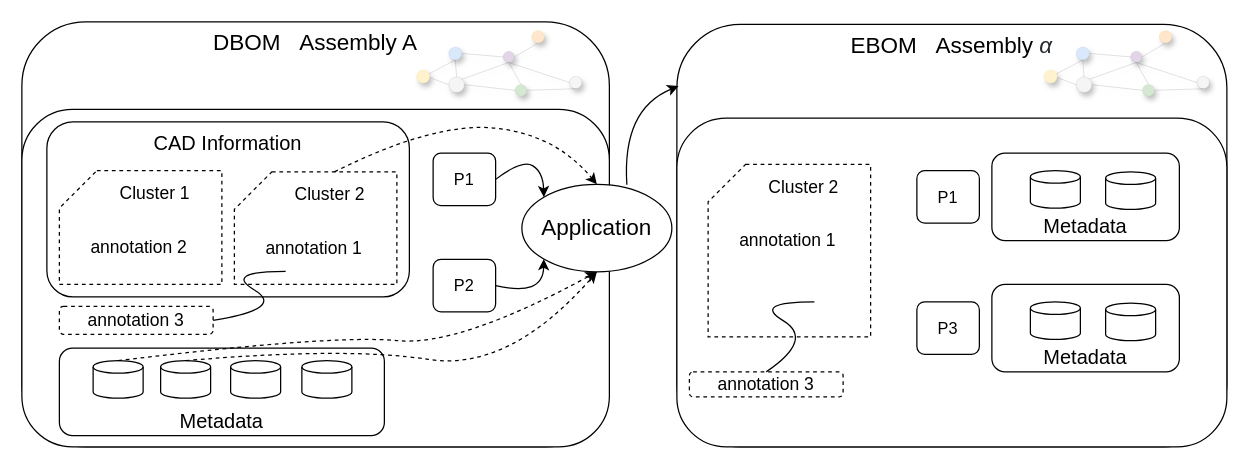
This is BOM/DR-Recompose.drawio from littlelittlemoon/DiagramsRepository, a draw.io file, before an edit. Source tidied: cells renumbered, new cells numbered last; positions are measured from the earlier drawing's top-left corner, leaving out a move shared by most shapes. Both pictures are drawn from the tidied source at 125%, with x=0, y=0 at pixel (21, 21).
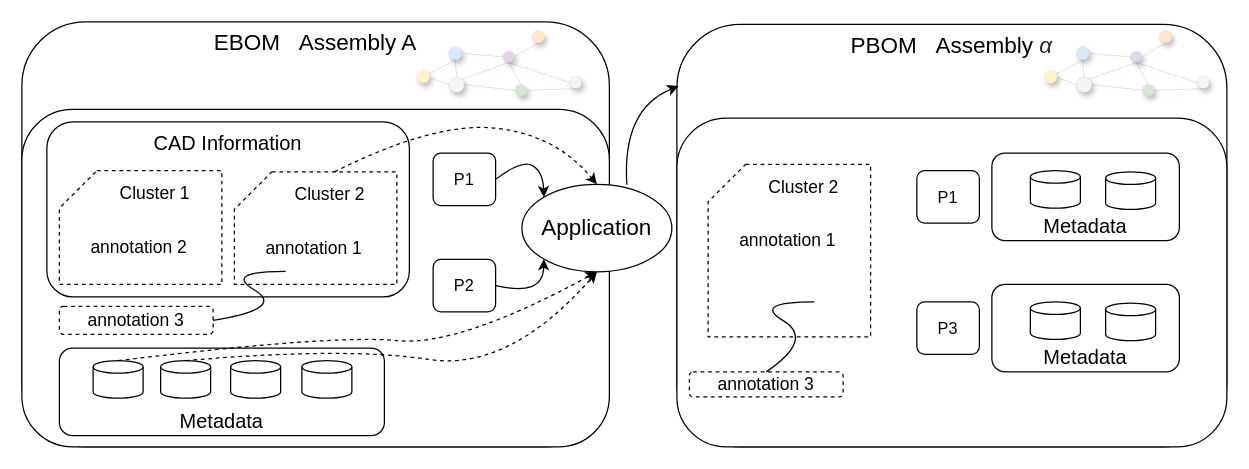
The same page after the edit.

What changed in the source:
```diff
@@
-    <mxCell id="2" value="DBOM&amp;nbsp; &amp;nbsp;Assembly A" style="rounded=1;whiteSpace=wrap;html=1;fontSize=18;verticalAlign=top;" parent="1" vertex="1">
+    <mxCell id="2" value="EBOM&amp;nbsp; &amp;nbsp;Assembly A" style="rounded=1;whiteSpace=wrap;html=1;fontSize=18;verticalAlign=top;" parent="1" vertex="1">
       <mxGeometry width="470" height="340" as="geometry" />
     </mxCell>
@@
-    <mxCell id="14" value="&lt;font style=&quot;font-size: 18px&quot;&gt;EBOM&amp;nbsp; &amp;nbsp;Assembly&amp;nbsp;&lt;span style=&quot;color: rgb(36 , 41 , 46) ; font-family: &amp;#34;katex_math&amp;#34; ; font-style: italic ; text-align: left&quot;&gt;α&lt;/span&gt;&lt;/font&gt;" style="rounded=1;whiteSpace=wrap;html=1;fontSize=18;verticalAlign=top;" parent="1" vertex="1">
+    <mxCell id="14" value="&lt;font style=&quot;font-size: 18px&quot;&gt;PBOM&amp;nbsp; &amp;nbsp;Assembly&amp;nbsp;&lt;span style=&quot;color: rgb(36 , 41 , 46) ; font-family: &amp;#34;katex_math&amp;#34; ; font-style: italic ; text-align: left&quot;&gt;α&lt;/span&gt;&lt;/font&gt;" style="rounded=1;whiteSpace=wrap;html=1;fontSize=18;verticalAlign=top;" parent="1" vertex="1">
       <mxGeometry x="524" y="2" width="440" height="338" as="geometry" />
     </mxCell>
```
